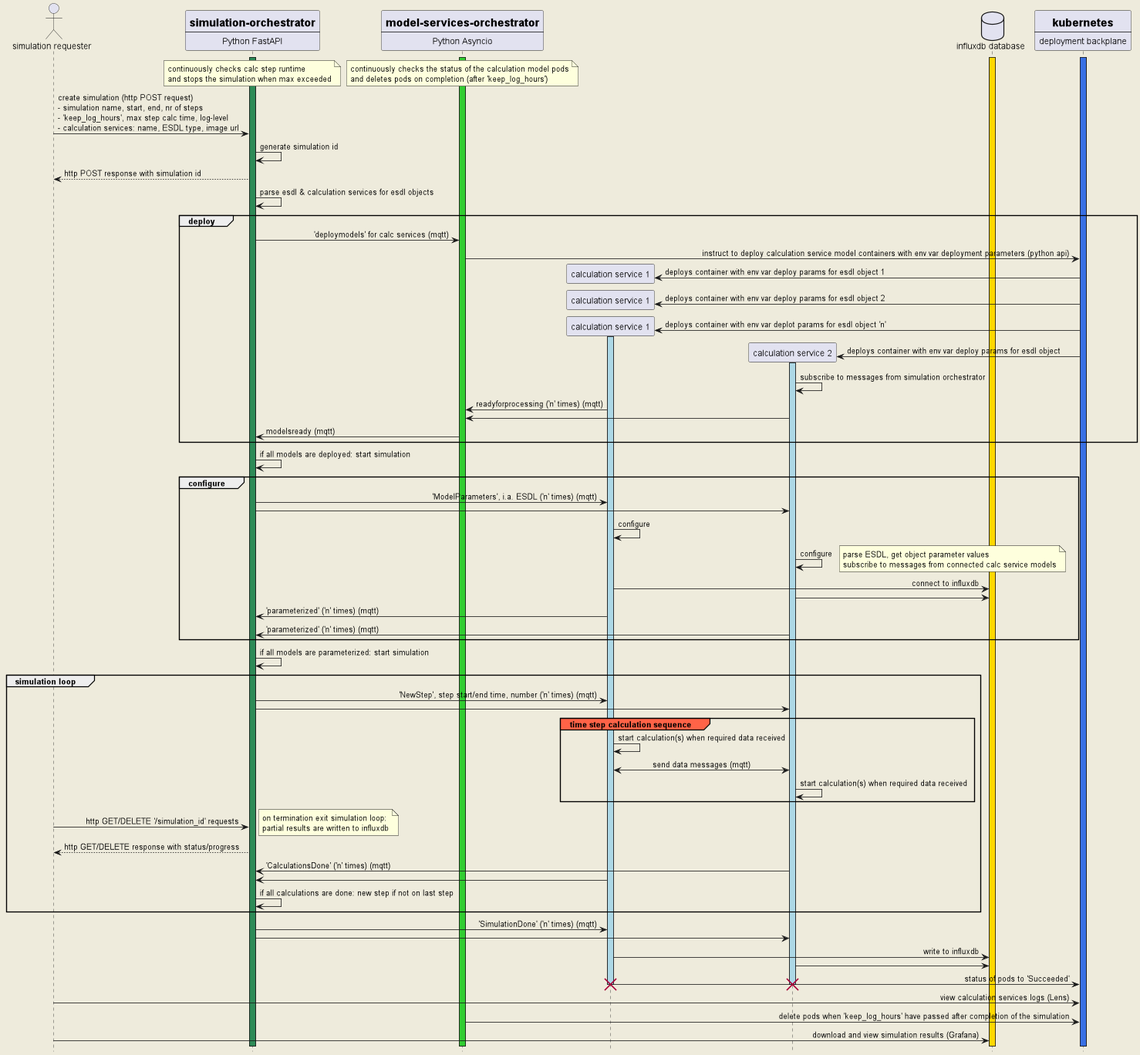
Before: docs/dots_go-e_sequence_diagram.png, a diagram exported from PlantUML (dots-energy/dots-simulation-orchestrator).
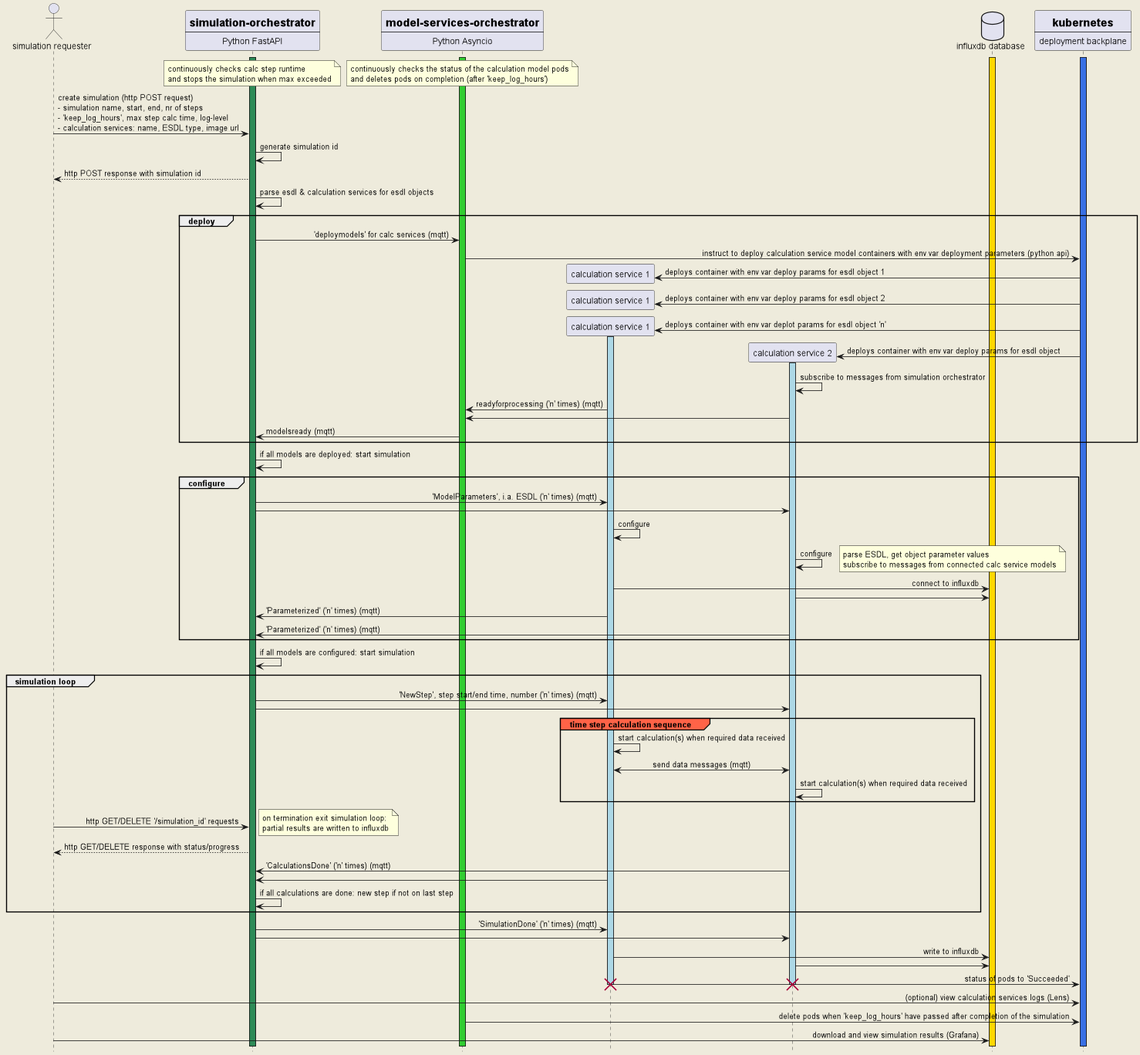
Above is the later version.

Commit message:
sequence diagram fix

What changed in the source:
```diff
@@ -83,12 +83,12 @@
 model_1 -> influxdb : connect to influxdb
 model_2 -> influxdb
 
-model_1 -> so : 'parameterized' ('n' times) (mqtt)
-model_2 -> so : 'parameterized' ('n' times) (mqtt)
+model_1 -> so : 'Parameterized' ('n' times) (mqtt)
+model_2 -> so : 'Parameterized' ('n' times) (mqtt)
 
 end
 
-so -> so : if all models are parameterized: start simulation
+so -> so : if all models are configured: start simulation
 
 group simulation loop
 so -> model_1 : 'NewStep', step start/end time, number ('n' times) (mqtt)
@@ -123,7 +123,7 @@
 deactivate model_2
 destroy model_2
 
-sim_req -> deploy_plane : view calculation services logs (Lens)
+sim_req -> deploy_plane : (optional) view calculation services logs (Lens)
 mso -> deploy_plane : delete pods when 'keep_log_hours' have passed after completion of the simulation
 
 sim_req -> influxdb : download and view simulation results (Grafana)
```
